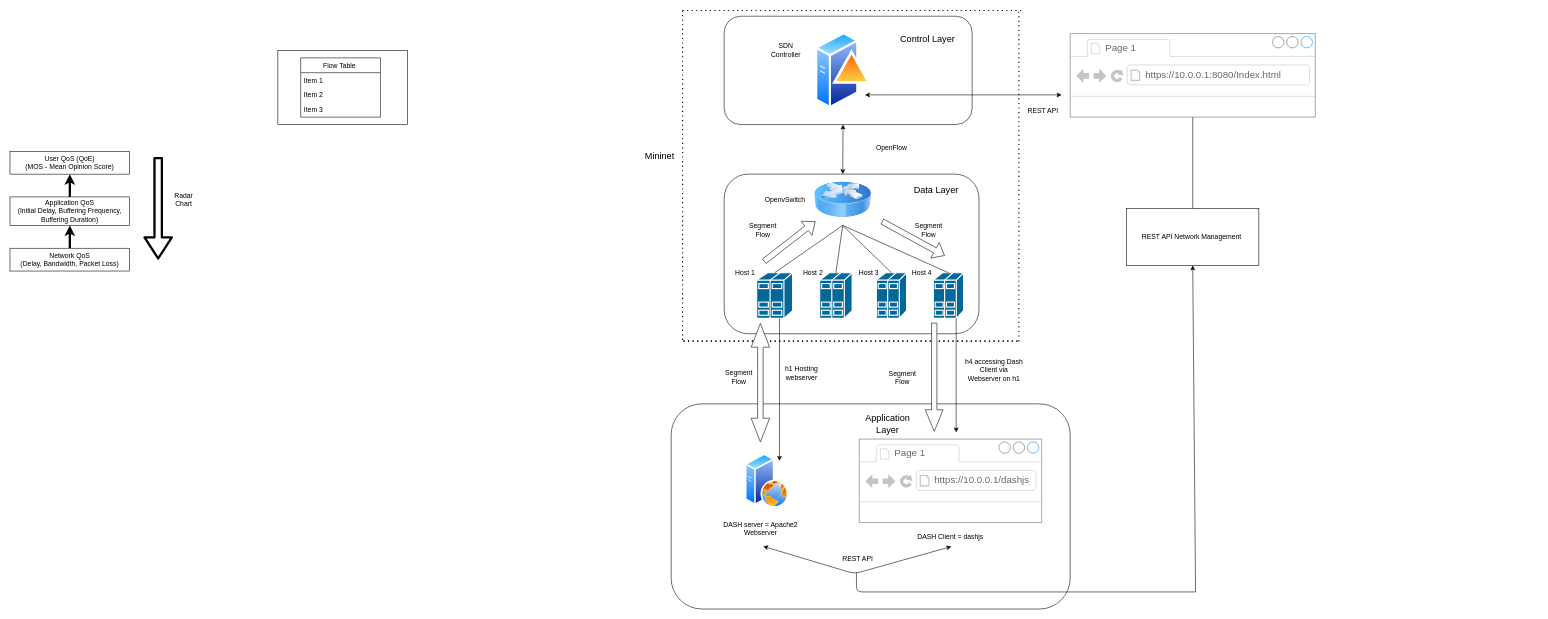
Before: SDN_structure.drawio in AlistairDrew/Video-Streaming-DASH-and-SDN, a draw.io diagram. Source tidied: cells renumbered, new cells numbered last; positions are measured from the earlier drawing's top-left corner, leaving out a move shared by most shapes. Both pictures are drawn from the tidied source at 57%, with x=0, y=0 at pixel (10, 10).
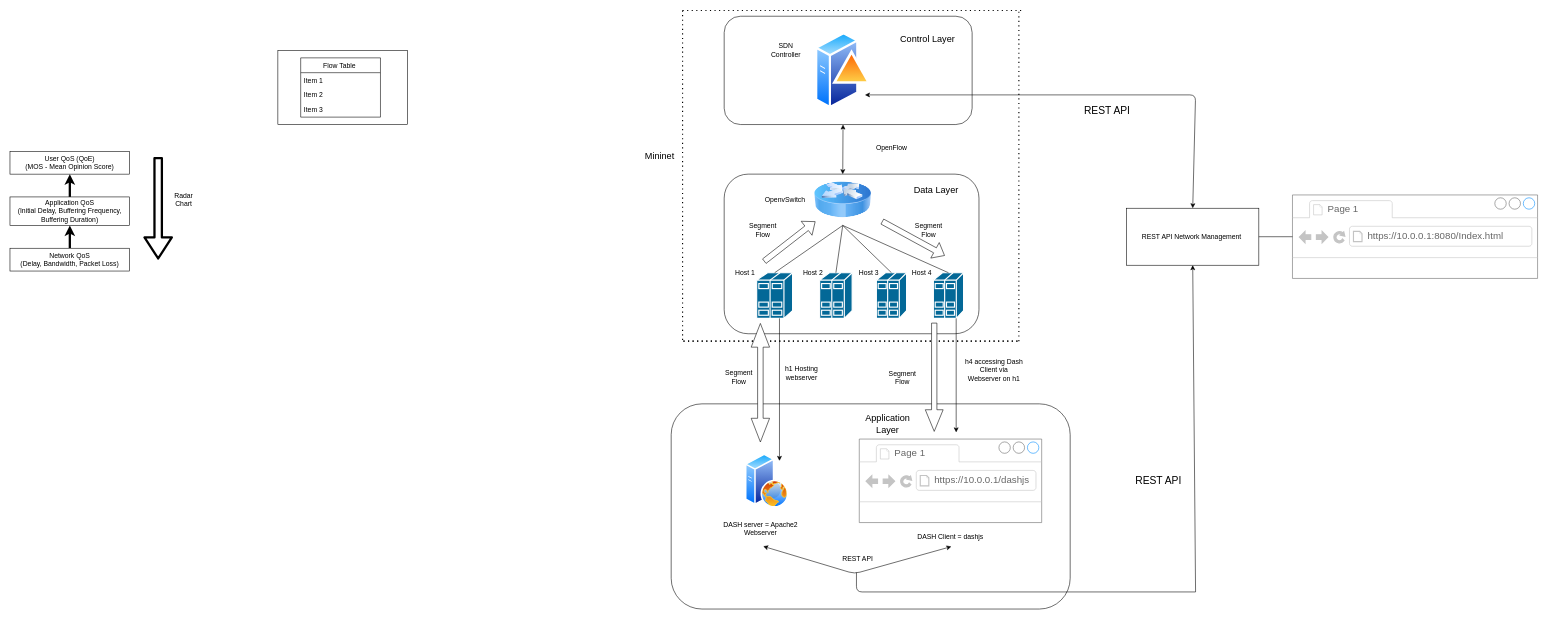
The same page after the edit.

The edit, as a diff of the source:
```diff
@@
     <mxCell id="64" style="strokeWidth=1;shadow=0;dashed=0;align=center;html=1;shape=mxgraph.mockup.containers.browserWindow;rSize=0;strokeColor=#666666;strokeColor2=#008cff;strokeColor3=#c4c4c4;mainText=,;" parent="1" vertex="1">
-      <mxGeometry x="1860" y="40.5" width="430" height="146.5" as="geometry" />
+      <mxGeometry x="2250" y="323.5" width="430" height="146.5" as="geometry" />
     </mxCell>
@@
     <mxCell id="67" value="REST API Network Management&amp;nbsp;" style="rounded=0;whiteSpace=wrap;html=1;" parent="1" vertex="1">
-      <mxGeometry x="1959" y="347" width="232" height="100" as="geometry" />
+      <mxGeometry x="1959" y="346.8" width="232" height="100" as="geometry" />
     </mxCell>
@@
-    <mxCell id="69" style="endArrow=none;html=1;exitX=0.5;exitY=0;exitDx=0;exitDy=0;" parent="1" edge="1" source="67" target="64">
+    <mxCell id="69" style="endArrow=none;html=1;exitX=1;exitY=0.5;exitDx=0;exitDy=0;" parent="1" edge="1" source="67" target="64">
       <mxGeometry relative="1" as="geometry" />
     </mxCell>
@@
-    <mxCell id="71" value="REST API" style="text;html=1;strokeColor=none;fillColor=none;align=center;verticalAlign=middle;whiteSpace=wrap;rounded=0;" parent="1" vertex="1">
-      <mxGeometry x="1780" y="152" width="65" height="48" as="geometry" />
+    <mxCell id="71" value="&lt;font style=&quot;font-size: 18px&quot;&gt;REST API&lt;/font&gt;" style="text;html=1;strokeColor=none;fillColor=none;align=center;verticalAlign=middle;whiteSpace=wrap;rounded=0;" parent="1" vertex="1">
+      <mxGeometry x="1850" y="152" width="150" height="48" as="geometry" />
     </mxCell>
-    <mxCell id="72" style="endArrow=classic;startArrow=classic;html=1;" parent="1" edge="1">
+    <mxCell id="72" style="endArrow=classic;startArrow=classic;html=1;entryX=0.5;entryY=0;entryDx=0;entryDy=0;" parent="1" edge="1" target="67">
       <mxGeometry relative="1" as="geometry">
         <mxPoint x="1500" y="148" as="sourcePoint" />
-        <mxPoint x="1845" y="148" as="targetPoint" />
+        <Array as="points">
+          <mxPoint x="2080" y="148" />
+        </Array>
       </mxGeometry>
     </mxCell>
+    <mxCell id="73" value="&lt;font style=&quot;font-size: 18px&quot;&gt;REST API&lt;/font&gt;" style="text;html=1;strokeColor=none;fillColor=none;align=center;verticalAlign=middle;whiteSpace=wrap;rounded=0;" parent="1" vertex="1">
+      <mxGeometry x="1940" y="801" width="150" height="48" as="geometry" />
+    </mxCell>
```
